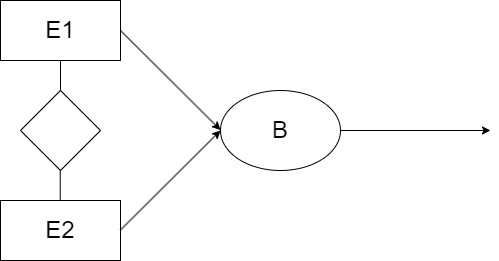
Above: Ví dụ 1b (Chương 2).png in datnham0212/learning (draw.io), before the change. Source tidied: cells renumbered, new cells last; positions are measured from the earlier drawing's top-left corner, leaving out a move shared by most shapes.
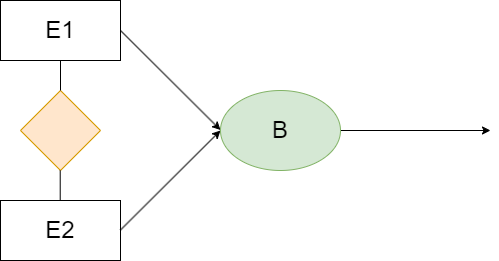
The same file after the commit.

The edit, as a diff of the source:
```diff
@@ -16,13 +16,13 @@
         <mxPoint x="490" y="130" as="targetPoint" />
       </mxGeometry>
     </mxCell>
-    <mxCell id="5" value="B" style="ellipse;whiteSpace=wrap;html=1;fontSize=24;" parent="1" vertex="1">
+    <mxCell id="5" value="B" style="ellipse;whiteSpace=wrap;html=1;fontSize=24;fillColor=#d5e8d4;strokeColor=#82b366;" parent="1" vertex="1">
       <mxGeometry x="220" y="90" width="120" height="80" as="geometry" />
     </mxCell>
     <mxCell id="6" value="E1" style="rounded=0;whiteSpace=wrap;html=1;fontSize=24;" parent="1" vertex="1">
       <mxGeometry width="120" height="60" as="geometry" />
     </mxCell>
-    <mxCell id="7" style="rhombus;whiteSpace=wrap;html=1;fontSize=24;" parent="1" vertex="1">
+    <mxCell id="7" style="rhombus;whiteSpace=wrap;html=1;fontSize=24;fillColor=#ffe6cc;strokeColor=#d79b00;" parent="1" vertex="1">
       <mxGeometry x="20" y="90" width="80" height="80" as="geometry" />
     </mxCell>
     <mxCell id="8" style="endArrow=classic;html=1;rounded=0;fontSize=24;exitX=1;exitY=0.5;exitDx=0;exitDy=0;" parent="1" edge="1" source="6">
```
